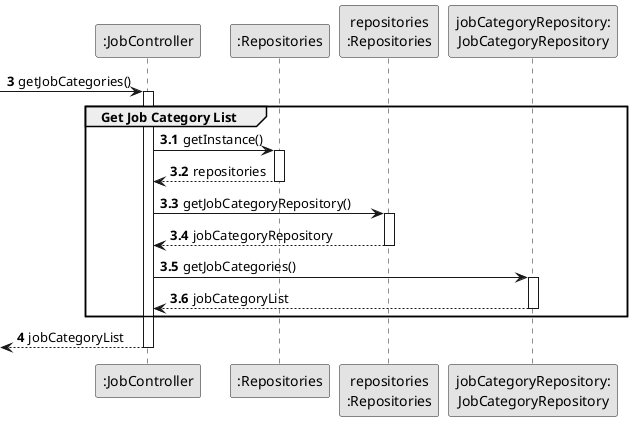
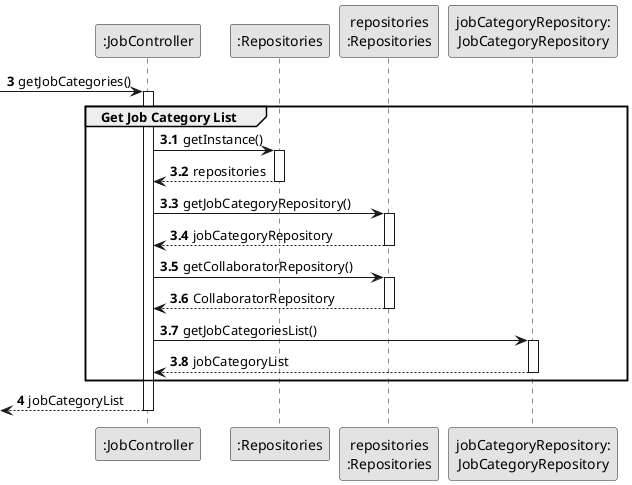
@startuml
skinparam monochrome true
skinparam packageStyle rectangle
skinparam shadowing false

autonumber

'hide footbox

participant ":JobController" as CTRL
participant ":Repositories" as RepositorySingleton
participant "repositories\n:Repositories" as PLAT
participant "jobCategoryRepository:\nJobCategoryRepository" as JobCategoryRepository

autonumber 3

 -> CTRL : getJobCategories()
autonumber 3.1
activate CTRL
    group Get Job Category List


            CTRL -> RepositorySingleton : getInstance()
-             activate RepositorySingleton
+                             activate RepositorySingleton

-                 RepositorySingleton --> CTRL: repositories
-             deactivate RepositorySingleton
+                                 RepositorySingleton --> CTRL: repositories
+                             deactivate RepositorySingleton

-             CTRL -> PLAT : getJobCategoryRepository()
-             activate PLAT
+                             CTRL -> PLAT : getJobCategoryRepository()
+                             activate PLAT

-                 PLAT --> CTRL: jobCategoryRepository
-             deactivate PLAT
+                                 PLAT --> CTRL: jobCategoryRepository
+                             deactivate PLAT

-             CTRL -> JobCategoryRepository : getJobCategories()
-             activate JobCategoryRepository
+                             CTRL -> PLAT : getCollaboratorRepository()
+                                                         activate PLAT

-                 JobCategoryRepository --> CTRL : jobCategoryList
-             deactivate JobCategoryRepository
+                                                             PLAT --> CTRL: CollaboratorRepository
+                                                         deactivate PLAT

+                             CTRL -> JobCategoryRepository : getJobCategoriesList()
+                             activate JobCategoryRepository
+ 
+                                 JobCategoryRepository --> CTRL : jobCategoryList
+                             deactivate JobCategoryRepository

    end
    autonumber 4
    <-- CTRL  : jobCategoryList
deactivate CTRL


@enduml